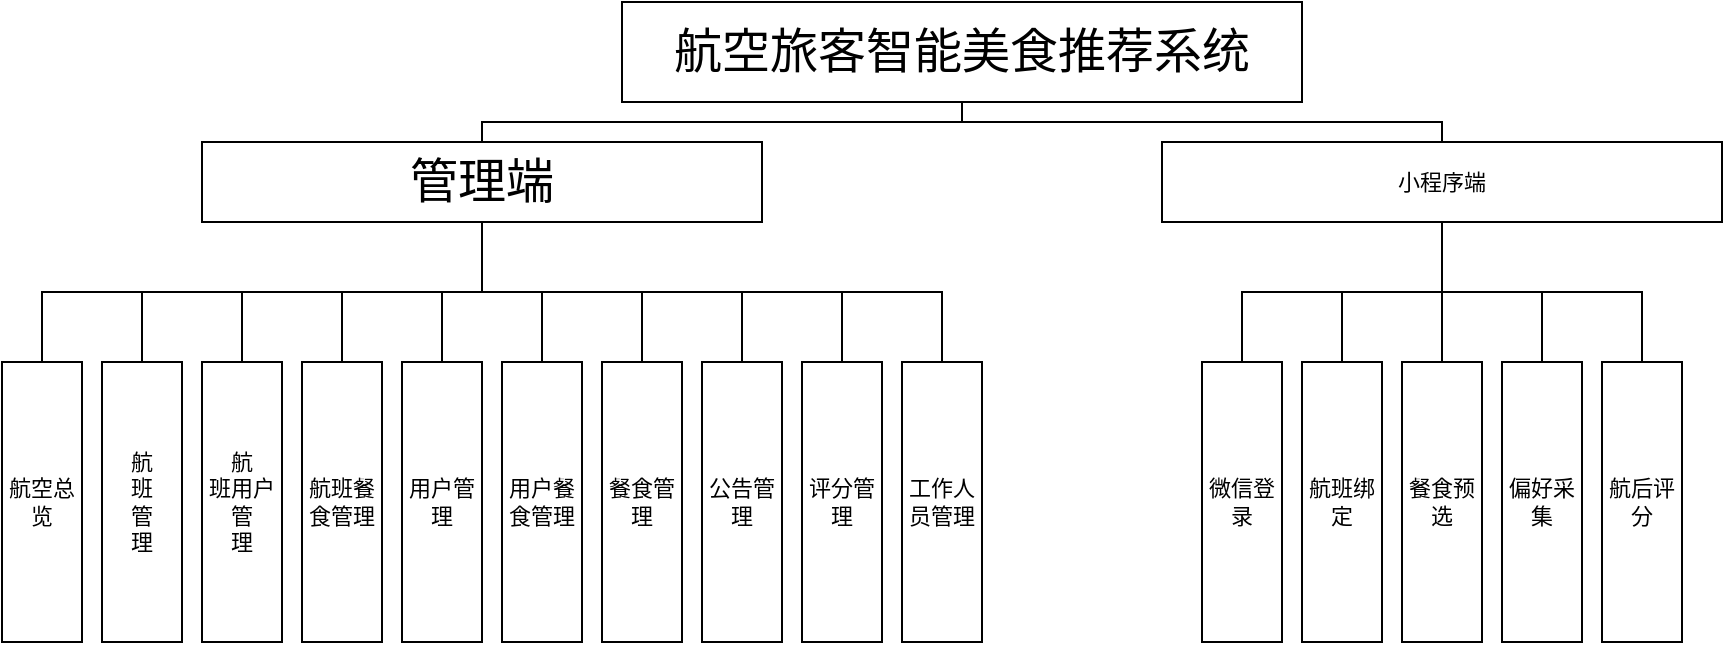
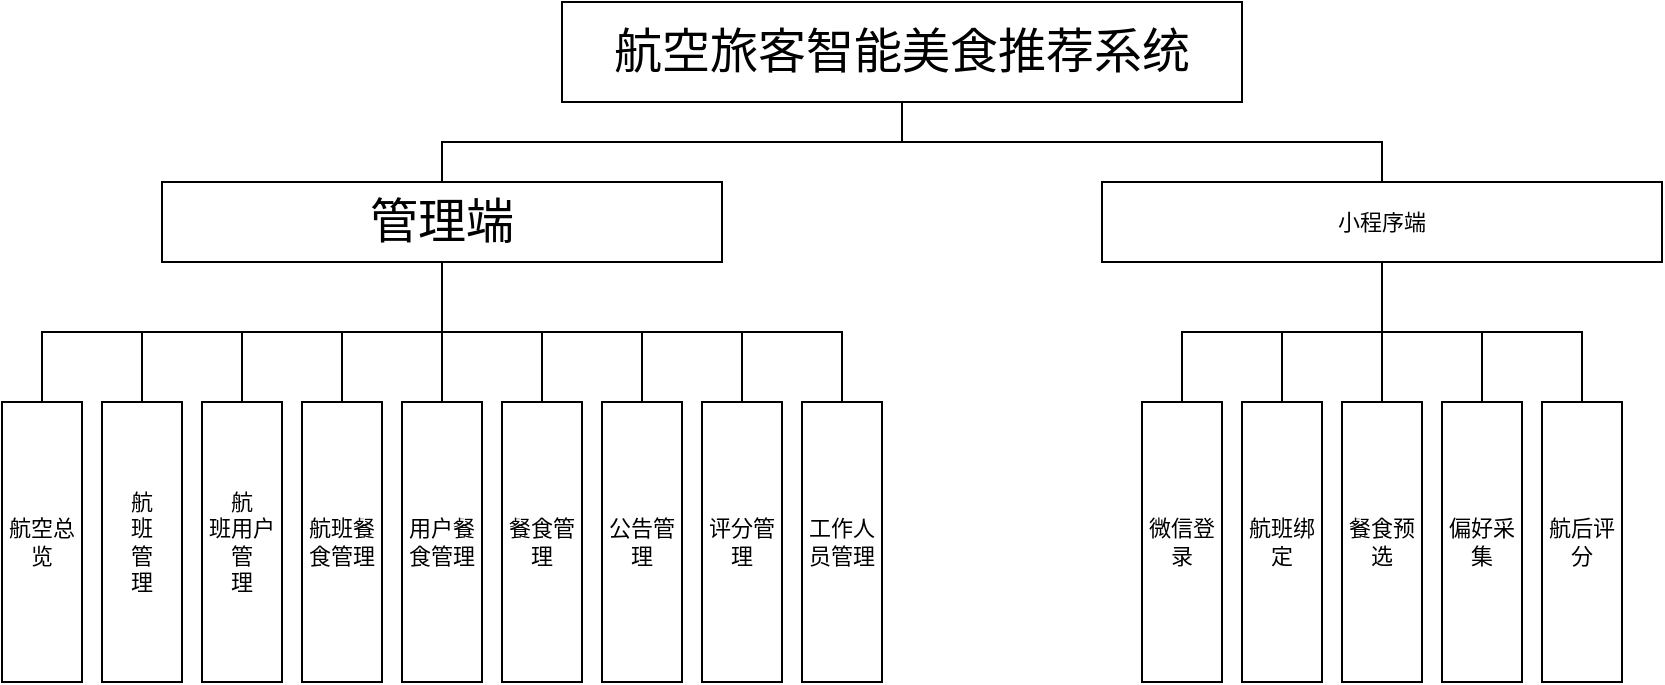
<mxfile host="Electron" agent="Mozilla/5.0 (Windows NT 10.0; Win64; x64) AppleWebKit/537.36 (KHTML, like Gecko) draw.io/25.0.2 Chrome/128.0.6613.186 Electron/32.2.5 Safari/537.36" version="25.0.2">
  <diagram name="系统功能模块图" id="eRy5hv59bgsLEu6tcquM">
-     <mxGraphModel dx="1243" dy="660" grid="1" gridSize="10" guides="1" tooltips="1" connect="1" arrows="1" fold="1" page="1" pageScale="1" pageWidth="1100" pageHeight="650" math="0" shadow="0">
+     <mxGraphModel dx="1802" dy="957" grid="1" gridSize="10" guides="1" tooltips="1" connect="1" arrows="1" fold="1" page="1" pageScale="1" pageWidth="1100" pageHeight="650" math="0" shadow="0">
      <root>
        <mxCell id="0" />
        <mxCell id="1" parent="0" />
        <mxCell id="s1" value="微信登录" style="rounded=0;whiteSpace=wrap;html=1;fillColor=#FFFFFF;strokeColor=#000000;strokeWidth=1;fontSize=11;" parent="1" vertex="1">
          <mxGeometry x="640" y="510" width="40" height="140" as="geometry" />
        </mxCell>
        <mxCell id="s2" value="航班绑定" style="rounded=0;whiteSpace=wrap;html=1;fillColor=#FFFFFF;strokeColor=#000000;strokeWidth=1;fontSize=11;" parent="1" vertex="1">
          <mxGeometry x="690" y="510" width="40" height="140" as="geometry" />
        </mxCell>
        <mxCell id="s3" value="偏好采集" style="rounded=0;whiteSpace=wrap;html=1;fillColor=#FFFFFF;strokeColor=#000000;strokeWidth=1;fontSize=11;" parent="1" vertex="1">
          <mxGeometry x="790" y="510" width="40" height="140" as="geometry" />
        </mxCell>
        <mxCell id="s4" value="餐食预选" style="rounded=0;whiteSpace=wrap;html=1;fillColor=#FFFFFF;strokeColor=#000000;strokeWidth=1;fontSize=11;" parent="1" vertex="1">
          <mxGeometry x="740" y="510" width="40" height="140" as="geometry" />
        </mxCell>
        <mxCell id="s5" value="航后评分" style="rounded=0;whiteSpace=wrap;html=1;fillColor=#FFFFFF;strokeColor=#000000;strokeWidth=1;fontSize=11;" parent="1" vertex="1">
          <mxGeometry x="840" y="510" width="40" height="140" as="geometry" />
        </mxCell>
-         <mxCell id="CAiy5ZrvKy299CxdAe_j-1" value="&lt;font style=&quot;font-size: 24px;&quot;&gt;航空旅客智能美食推荐系统&lt;/font&gt;" style="rounded=0;whiteSpace=wrap;html=1;fillColor=#FFFFFF;strokeColor=#000000;strokeWidth=1;fontSize=11;" vertex="1" parent="1">
-           <mxGeometry x="350" y="330" width="340" height="50" as="geometry" />
+         <mxCell id="CAiy5ZrvKy299CxdAe_j-1" value="&lt;font style=&quot;font-size: 24px;&quot;&gt;航空旅客智能美食推荐系统&lt;/font&gt;" style="rounded=0;whiteSpace=wrap;html=1;fillColor=#FFFFFF;strokeColor=#000000;strokeWidth=1;fontSize=11;" parent="1" vertex="1">
+           <mxGeometry x="350" y="310" width="340" height="50" as="geometry" />
        </mxCell>
-         <mxCell id="CAiy5ZrvKy299CxdAe_j-27" style="edgeStyle=orthogonalEdgeStyle;shape=connector;rounded=0;orthogonalLoop=1;jettySize=auto;html=1;exitX=0.5;exitY=1;exitDx=0;exitDy=0;entryX=0.5;entryY=0;entryDx=0;entryDy=0;strokeColor=default;align=center;verticalAlign=middle;fontFamily=Helvetica;fontSize=11;fontColor=default;labelBackgroundColor=default;endArrow=none;" edge="1" parent="1" source="CAiy5ZrvKy299CxdAe_j-3" target="CAiy5ZrvKy299CxdAe_j-14">
+         <mxCell id="CAiy5ZrvKy299CxdAe_j-27" style="edgeStyle=orthogonalEdgeStyle;shape=connector;rounded=0;orthogonalLoop=1;jettySize=auto;html=1;exitX=0.5;exitY=1;exitDx=0;exitDy=0;entryX=0.5;entryY=0;entryDx=0;entryDy=0;strokeColor=default;align=center;verticalAlign=middle;fontFamily=Helvetica;fontSize=11;fontColor=default;labelBackgroundColor=default;endArrow=none;" parent="1" source="CAiy5ZrvKy299CxdAe_j-3" target="CAiy5ZrvKy299CxdAe_j-14" edge="1">
          <mxGeometry relative="1" as="geometry" />
        </mxCell>
-         <mxCell id="CAiy5ZrvKy299CxdAe_j-28" style="edgeStyle=orthogonalEdgeStyle;shape=connector;rounded=0;orthogonalLoop=1;jettySize=auto;html=1;exitX=0.5;exitY=1;exitDx=0;exitDy=0;strokeColor=default;align=center;verticalAlign=middle;fontFamily=Helvetica;fontSize=11;fontColor=default;labelBackgroundColor=default;endArrow=none;" edge="1" parent="1" source="CAiy5ZrvKy299CxdAe_j-3" target="CAiy5ZrvKy299CxdAe_j-7">
+         <mxCell id="CAiy5ZrvKy299CxdAe_j-28" style="edgeStyle=orthogonalEdgeStyle;shape=connector;rounded=0;orthogonalLoop=1;jettySize=auto;html=1;exitX=0.5;exitY=1;exitDx=0;exitDy=0;strokeColor=default;align=center;verticalAlign=middle;fontFamily=Helvetica;fontSize=11;fontColor=default;labelBackgroundColor=default;endArrow=none;" parent="1" source="CAiy5ZrvKy299CxdAe_j-3" target="CAiy5ZrvKy299CxdAe_j-7" edge="1">
          <mxGeometry relative="1" as="geometry" />
        </mxCell>
-         <mxCell id="CAiy5ZrvKy299CxdAe_j-29" style="edgeStyle=orthogonalEdgeStyle;shape=connector;rounded=0;orthogonalLoop=1;jettySize=auto;html=1;exitX=0.5;exitY=1;exitDx=0;exitDy=0;entryX=0.5;entryY=0;entryDx=0;entryDy=0;strokeColor=default;align=center;verticalAlign=middle;fontFamily=Helvetica;fontSize=11;fontColor=default;labelBackgroundColor=default;endArrow=none;" edge="1" parent="1" source="CAiy5ZrvKy299CxdAe_j-3" target="CAiy5ZrvKy299CxdAe_j-15">
+         <mxCell id="CAiy5ZrvKy299CxdAe_j-29" style="edgeStyle=orthogonalEdgeStyle;shape=connector;rounded=0;orthogonalLoop=1;jettySize=auto;html=1;exitX=0.5;exitY=1;exitDx=0;exitDy=0;entryX=0.5;entryY=0;entryDx=0;entryDy=0;strokeColor=default;align=center;verticalAlign=middle;fontFamily=Helvetica;fontSize=11;fontColor=default;labelBackgroundColor=default;endArrow=none;" parent="1" source="CAiy5ZrvKy299CxdAe_j-3" target="CAiy5ZrvKy299CxdAe_j-15" edge="1">
          <mxGeometry relative="1" as="geometry" />
        </mxCell>
-         <mxCell id="CAiy5ZrvKy299CxdAe_j-30" style="edgeStyle=orthogonalEdgeStyle;shape=connector;rounded=0;orthogonalLoop=1;jettySize=auto;html=1;exitX=0.5;exitY=1;exitDx=0;exitDy=0;entryX=0.5;entryY=0;entryDx=0;entryDy=0;strokeColor=default;align=center;verticalAlign=middle;fontFamily=Helvetica;fontSize=11;fontColor=default;labelBackgroundColor=default;endArrow=none;" edge="1" parent="1" source="CAiy5ZrvKy299CxdAe_j-3" target="CAiy5ZrvKy299CxdAe_j-9">
+         <mxCell id="CAiy5ZrvKy299CxdAe_j-30" style="edgeStyle=orthogonalEdgeStyle;shape=connector;rounded=0;orthogonalLoop=1;jettySize=auto;html=1;exitX=0.5;exitY=1;exitDx=0;exitDy=0;entryX=0.5;entryY=0;entryDx=0;entryDy=0;strokeColor=default;align=center;verticalAlign=middle;fontFamily=Helvetica;fontSize=11;fontColor=default;labelBackgroundColor=default;endArrow=none;" parent="1" source="CAiy5ZrvKy299CxdAe_j-3" target="CAiy5ZrvKy299CxdAe_j-9" edge="1">
          <mxGeometry relative="1" as="geometry" />
        </mxCell>
-         <mxCell id="CAiy5ZrvKy299CxdAe_j-31" style="edgeStyle=orthogonalEdgeStyle;shape=connector;rounded=0;orthogonalLoop=1;jettySize=auto;html=1;exitX=0.5;exitY=1;exitDx=0;exitDy=0;entryX=0.5;entryY=0;entryDx=0;entryDy=0;strokeColor=default;align=center;verticalAlign=middle;fontFamily=Helvetica;fontSize=11;fontColor=default;labelBackgroundColor=default;endArrow=none;" edge="1" parent="1" source="CAiy5ZrvKy299CxdAe_j-3" target="CAiy5ZrvKy299CxdAe_j-10">
+         <mxCell id="CAiy5ZrvKy299CxdAe_j-32" style="edgeStyle=orthogonalEdgeStyle;shape=connector;rounded=0;orthogonalLoop=1;jettySize=auto;html=1;exitX=0.5;exitY=1;exitDx=0;exitDy=0;entryX=0.5;entryY=0;entryDx=0;entryDy=0;strokeColor=default;align=center;verticalAlign=middle;fontFamily=Helvetica;fontSize=11;fontColor=default;labelBackgroundColor=default;endArrow=none;" parent="1" source="CAiy5ZrvKy299CxdAe_j-3" target="CAiy5ZrvKy299CxdAe_j-11" edge="1">
          <mxGeometry relative="1" as="geometry" />
        </mxCell>
-         <mxCell id="CAiy5ZrvKy299CxdAe_j-32" style="edgeStyle=orthogonalEdgeStyle;shape=connector;rounded=0;orthogonalLoop=1;jettySize=auto;html=1;exitX=0.5;exitY=1;exitDx=0;exitDy=0;entryX=0.5;entryY=0;entryDx=0;entryDy=0;strokeColor=default;align=center;verticalAlign=middle;fontFamily=Helvetica;fontSize=11;fontColor=default;labelBackgroundColor=default;endArrow=none;" edge="1" parent="1" source="CAiy5ZrvKy299CxdAe_j-3" target="CAiy5ZrvKy299CxdAe_j-11">
+         <mxCell id="CAiy5ZrvKy299CxdAe_j-33" style="edgeStyle=orthogonalEdgeStyle;shape=connector;rounded=0;orthogonalLoop=1;jettySize=auto;html=1;exitX=0.5;exitY=1;exitDx=0;exitDy=0;entryX=0.5;entryY=0;entryDx=0;entryDy=0;strokeColor=default;align=center;verticalAlign=middle;fontFamily=Helvetica;fontSize=11;fontColor=default;labelBackgroundColor=default;endArrow=none;" parent="1" source="CAiy5ZrvKy299CxdAe_j-3" target="CAiy5ZrvKy299CxdAe_j-12" edge="1">
          <mxGeometry relative="1" as="geometry" />
        </mxCell>
-         <mxCell id="CAiy5ZrvKy299CxdAe_j-33" style="edgeStyle=orthogonalEdgeStyle;shape=connector;rounded=0;orthogonalLoop=1;jettySize=auto;html=1;exitX=0.5;exitY=1;exitDx=0;exitDy=0;entryX=0.5;entryY=0;entryDx=0;entryDy=0;strokeColor=default;align=center;verticalAlign=middle;fontFamily=Helvetica;fontSize=11;fontColor=default;labelBackgroundColor=default;endArrow=none;" edge="1" parent="1" source="CAiy5ZrvKy299CxdAe_j-3" target="CAiy5ZrvKy299CxdAe_j-12">
+         <mxCell id="CAiy5ZrvKy299CxdAe_j-34" style="edgeStyle=orthogonalEdgeStyle;shape=connector;rounded=0;orthogonalLoop=1;jettySize=auto;html=1;exitX=0.5;exitY=1;exitDx=0;exitDy=0;entryX=0.5;entryY=0;entryDx=0;entryDy=0;strokeColor=default;align=center;verticalAlign=middle;fontFamily=Helvetica;fontSize=11;fontColor=default;labelBackgroundColor=default;endArrow=none;" parent="1" source="CAiy5ZrvKy299CxdAe_j-3" target="CAiy5ZrvKy299CxdAe_j-13" edge="1">
          <mxGeometry relative="1" as="geometry" />
        </mxCell>
-         <mxCell id="CAiy5ZrvKy299CxdAe_j-34" style="edgeStyle=orthogonalEdgeStyle;shape=connector;rounded=0;orthogonalLoop=1;jettySize=auto;html=1;exitX=0.5;exitY=1;exitDx=0;exitDy=0;entryX=0.5;entryY=0;entryDx=0;entryDy=0;strokeColor=default;align=center;verticalAlign=middle;fontFamily=Helvetica;fontSize=11;fontColor=default;labelBackgroundColor=default;endArrow=none;" edge="1" parent="1" source="CAiy5ZrvKy299CxdAe_j-3" target="CAiy5ZrvKy299CxdAe_j-13">
+         <mxCell id="CAiy5ZrvKy299CxdAe_j-35" style="edgeStyle=orthogonalEdgeStyle;shape=connector;rounded=0;orthogonalLoop=1;jettySize=auto;html=1;exitX=0.5;exitY=1;exitDx=0;exitDy=0;entryX=0.5;entryY=0;entryDx=0;entryDy=0;strokeColor=default;align=center;verticalAlign=middle;fontFamily=Helvetica;fontSize=11;fontColor=default;labelBackgroundColor=default;endArrow=none;" parent="1" source="CAiy5ZrvKy299CxdAe_j-3" target="CAiy5ZrvKy299CxdAe_j-16" edge="1">
          <mxGeometry relative="1" as="geometry" />
        </mxCell>
-         <mxCell id="CAiy5ZrvKy299CxdAe_j-35" style="edgeStyle=orthogonalEdgeStyle;shape=connector;rounded=0;orthogonalLoop=1;jettySize=auto;html=1;exitX=0.5;exitY=1;exitDx=0;exitDy=0;entryX=0.5;entryY=0;entryDx=0;entryDy=0;strokeColor=default;align=center;verticalAlign=middle;fontFamily=Helvetica;fontSize=11;fontColor=default;labelBackgroundColor=default;endArrow=none;" edge="1" parent="1" source="CAiy5ZrvKy299CxdAe_j-3" target="CAiy5ZrvKy299CxdAe_j-16">
+         <mxCell id="CAiy5ZrvKy299CxdAe_j-36" style="edgeStyle=orthogonalEdgeStyle;shape=connector;rounded=0;orthogonalLoop=1;jettySize=auto;html=1;exitX=0.5;exitY=1;exitDx=0;exitDy=0;entryX=0.5;entryY=0;entryDx=0;entryDy=0;strokeColor=default;align=center;verticalAlign=middle;fontFamily=Helvetica;fontSize=11;fontColor=default;labelBackgroundColor=default;endArrow=none;" parent="1" source="CAiy5ZrvKy299CxdAe_j-3" target="CAiy5ZrvKy299CxdAe_j-17" edge="1">
          <mxGeometry relative="1" as="geometry" />
        </mxCell>
-         <mxCell id="CAiy5ZrvKy299CxdAe_j-36" style="edgeStyle=orthogonalEdgeStyle;shape=connector;rounded=0;orthogonalLoop=1;jettySize=auto;html=1;exitX=0.5;exitY=1;exitDx=0;exitDy=0;entryX=0.5;entryY=0;entryDx=0;entryDy=0;strokeColor=default;align=center;verticalAlign=middle;fontFamily=Helvetica;fontSize=11;fontColor=default;labelBackgroundColor=default;endArrow=none;" edge="1" parent="1" source="CAiy5ZrvKy299CxdAe_j-3" target="CAiy5ZrvKy299CxdAe_j-17">
+         <mxCell id="CAiy5ZrvKy299CxdAe_j-3" value="&lt;font style=&quot;font-size: 24px;&quot;&gt;管理端&lt;/font&gt;" style="rounded=0;whiteSpace=wrap;html=1;fillColor=#FFFFFF;strokeColor=#000000;strokeWidth=1;fontSize=11;" parent="1" vertex="1">
+           <mxGeometry x="150" y="400" width="280" height="40" as="geometry" />
+         </mxCell>
+         <mxCell id="CAiy5ZrvKy299CxdAe_j-37" style="edgeStyle=orthogonalEdgeStyle;shape=connector;rounded=0;orthogonalLoop=1;jettySize=auto;html=1;exitX=0.5;exitY=1;exitDx=0;exitDy=0;entryX=0.5;entryY=0;entryDx=0;entryDy=0;strokeColor=default;align=center;verticalAlign=middle;fontFamily=Helvetica;fontSize=11;fontColor=default;labelBackgroundColor=default;endArrow=none;" parent="1" source="CAiy5ZrvKy299CxdAe_j-4" target="s1" edge="1">
          <mxGeometry relative="1" as="geometry" />
        </mxCell>
-         <mxCell id="CAiy5ZrvKy299CxdAe_j-3" value="&lt;font style=&quot;font-size: 24px;&quot;&gt;管理端&lt;/font&gt;" style="rounded=0;whiteSpace=wrap;html=1;fillColor=#FFFFFF;strokeColor=#000000;strokeWidth=1;fontSize=11;" vertex="1" parent="1">
-           <mxGeometry x="140" y="400" width="280" height="40" as="geometry" />
-         </mxCell>
-         <mxCell id="CAiy5ZrvKy299CxdAe_j-37" style="edgeStyle=orthogonalEdgeStyle;shape=connector;rounded=0;orthogonalLoop=1;jettySize=auto;html=1;exitX=0.5;exitY=1;exitDx=0;exitDy=0;entryX=0.5;entryY=0;entryDx=0;entryDy=0;strokeColor=default;align=center;verticalAlign=middle;fontFamily=Helvetica;fontSize=11;fontColor=default;labelBackgroundColor=default;endArrow=none;" edge="1" parent="1" source="CAiy5ZrvKy299CxdAe_j-4" target="s1">
+         <mxCell id="CAiy5ZrvKy299CxdAe_j-38" style="edgeStyle=orthogonalEdgeStyle;shape=connector;rounded=0;orthogonalLoop=1;jettySize=auto;html=1;exitX=0.5;exitY=1;exitDx=0;exitDy=0;entryX=0.5;entryY=0;entryDx=0;entryDy=0;strokeColor=default;align=center;verticalAlign=middle;fontFamily=Helvetica;fontSize=11;fontColor=default;labelBackgroundColor=default;endArrow=none;" parent="1" source="CAiy5ZrvKy299CxdAe_j-4" target="s2" edge="1">
          <mxGeometry relative="1" as="geometry" />
        </mxCell>
-         <mxCell id="CAiy5ZrvKy299CxdAe_j-38" style="edgeStyle=orthogonalEdgeStyle;shape=connector;rounded=0;orthogonalLoop=1;jettySize=auto;html=1;exitX=0.5;exitY=1;exitDx=0;exitDy=0;entryX=0.5;entryY=0;entryDx=0;entryDy=0;strokeColor=default;align=center;verticalAlign=middle;fontFamily=Helvetica;fontSize=11;fontColor=default;labelBackgroundColor=default;endArrow=none;" edge="1" parent="1" source="CAiy5ZrvKy299CxdAe_j-4" target="s2">
+         <mxCell id="CAiy5ZrvKy299CxdAe_j-39" style="edgeStyle=orthogonalEdgeStyle;shape=connector;rounded=0;orthogonalLoop=1;jettySize=auto;html=1;exitX=0.5;exitY=1;exitDx=0;exitDy=0;entryX=0.5;entryY=0;entryDx=0;entryDy=0;strokeColor=default;align=center;verticalAlign=middle;fontFamily=Helvetica;fontSize=11;fontColor=default;labelBackgroundColor=default;endArrow=none;" parent="1" source="CAiy5ZrvKy299CxdAe_j-4" target="s4" edge="1">
          <mxGeometry relative="1" as="geometry" />
        </mxCell>
-         <mxCell id="CAiy5ZrvKy299CxdAe_j-39" style="edgeStyle=orthogonalEdgeStyle;shape=connector;rounded=0;orthogonalLoop=1;jettySize=auto;html=1;exitX=0.5;exitY=1;exitDx=0;exitDy=0;entryX=0.5;entryY=0;entryDx=0;entryDy=0;strokeColor=default;align=center;verticalAlign=middle;fontFamily=Helvetica;fontSize=11;fontColor=default;labelBackgroundColor=default;endArrow=none;" edge="1" parent="1" source="CAiy5ZrvKy299CxdAe_j-4" target="s4">
+         <mxCell id="CAiy5ZrvKy299CxdAe_j-40" style="edgeStyle=orthogonalEdgeStyle;shape=connector;rounded=0;orthogonalLoop=1;jettySize=auto;html=1;exitX=0.5;exitY=1;exitDx=0;exitDy=0;strokeColor=default;align=center;verticalAlign=middle;fontFamily=Helvetica;fontSize=11;fontColor=default;labelBackgroundColor=default;endArrow=none;" parent="1" source="CAiy5ZrvKy299CxdAe_j-4" target="s3" edge="1">
          <mxGeometry relative="1" as="geometry" />
        </mxCell>
-         <mxCell id="CAiy5ZrvKy299CxdAe_j-40" style="edgeStyle=orthogonalEdgeStyle;shape=connector;rounded=0;orthogonalLoop=1;jettySize=auto;html=1;exitX=0.5;exitY=1;exitDx=0;exitDy=0;strokeColor=default;align=center;verticalAlign=middle;fontFamily=Helvetica;fontSize=11;fontColor=default;labelBackgroundColor=default;endArrow=none;" edge="1" parent="1" source="CAiy5ZrvKy299CxdAe_j-4" target="s3">
+         <mxCell id="CAiy5ZrvKy299CxdAe_j-41" style="edgeStyle=orthogonalEdgeStyle;shape=connector;rounded=0;orthogonalLoop=1;jettySize=auto;html=1;exitX=0.5;exitY=1;exitDx=0;exitDy=0;entryX=0.5;entryY=0;entryDx=0;entryDy=0;strokeColor=default;align=center;verticalAlign=middle;fontFamily=Helvetica;fontSize=11;fontColor=default;labelBackgroundColor=default;endArrow=none;" parent="1" source="CAiy5ZrvKy299CxdAe_j-4" target="s5" edge="1">
          <mxGeometry relative="1" as="geometry" />
        </mxCell>
-         <mxCell id="CAiy5ZrvKy299CxdAe_j-41" style="edgeStyle=orthogonalEdgeStyle;shape=connector;rounded=0;orthogonalLoop=1;jettySize=auto;html=1;exitX=0.5;exitY=1;exitDx=0;exitDy=0;entryX=0.5;entryY=0;entryDx=0;entryDy=0;strokeColor=default;align=center;verticalAlign=middle;fontFamily=Helvetica;fontSize=11;fontColor=default;labelBackgroundColor=default;endArrow=none;" edge="1" parent="1" source="CAiy5ZrvKy299CxdAe_j-4" target="s5">
-           <mxGeometry relative="1" as="geometry" />
-         </mxCell>
-         <mxCell id="CAiy5ZrvKy299CxdAe_j-4" value="小程序端" style="rounded=0;whiteSpace=wrap;html=1;fillColor=#FFFFFF;strokeColor=#000000;strokeWidth=1;fontSize=11;" vertex="1" parent="1">
+         <mxCell id="CAiy5ZrvKy299CxdAe_j-4" value="小程序端" style="rounded=0;whiteSpace=wrap;html=1;fillColor=#FFFFFF;strokeColor=#000000;strokeWidth=1;fontSize=11;" parent="1" vertex="1">
          <mxGeometry x="620" y="400" width="280" height="40" as="geometry" />
        </mxCell>
-         <mxCell id="CAiy5ZrvKy299CxdAe_j-7" value="航&lt;div&gt;班&lt;/div&gt;&lt;div&gt;管&lt;/div&gt;&lt;div&gt;理&lt;/div&gt;" style="rounded=0;whiteSpace=wrap;html=1;fillColor=#FFFFFF;strokeColor=#000000;strokeWidth=1;fontSize=11;" vertex="1" parent="1">
-           <mxGeometry x="90" y="510" width="40" height="140" as="geometry" />
+         <mxCell id="CAiy5ZrvKy299CxdAe_j-7" value="航&lt;div&gt;班&lt;/div&gt;&lt;div&gt;管&lt;/div&gt;&lt;div&gt;理&lt;/div&gt;" style="rounded=0;whiteSpace=wrap;html=1;fillColor=#FFFFFF;strokeColor=#000000;strokeWidth=1;fontSize=11;" parent="1" vertex="1">
+           <mxGeometry x="120" y="510" width="40" height="140" as="geometry" />
        </mxCell>
-         <mxCell id="CAiy5ZrvKy299CxdAe_j-9" value="航班餐食管理" style="rounded=0;whiteSpace=wrap;html=1;fillColor=#FFFFFF;strokeColor=#000000;strokeWidth=1;fontSize=11;" vertex="1" parent="1">
-           <mxGeometry x="190" y="510" width="40" height="140" as="geometry" />
+         <mxCell id="CAiy5ZrvKy299CxdAe_j-9" value="航班餐食管理" style="rounded=0;whiteSpace=wrap;html=1;fillColor=#FFFFFF;strokeColor=#000000;strokeWidth=1;fontSize=11;" parent="1" vertex="1">
+           <mxGeometry x="220" y="510" width="40" height="140" as="geometry" />
        </mxCell>
-         <mxCell id="CAiy5ZrvKy299CxdAe_j-10" value="用户管理" style="rounded=0;whiteSpace=wrap;html=1;fillColor=#FFFFFF;strokeColor=#000000;strokeWidth=1;fontSize=11;" vertex="1" parent="1">
-           <mxGeometry x="240" y="510" width="40" height="140" as="geometry" />
+         <mxCell id="CAiy5ZrvKy299CxdAe_j-11" value="用户餐食管理" style="rounded=0;whiteSpace=wrap;html=1;fillColor=#FFFFFF;strokeColor=#000000;strokeWidth=1;fontSize=11;" parent="1" vertex="1">
+           <mxGeometry x="270" y="510" width="40" height="140" as="geometry" />
        </mxCell>
-         <mxCell id="CAiy5ZrvKy299CxdAe_j-11" value="用户餐食管理" style="rounded=0;whiteSpace=wrap;html=1;fillColor=#FFFFFF;strokeColor=#000000;strokeWidth=1;fontSize=11;" vertex="1" parent="1">
-           <mxGeometry x="290" y="510" width="40" height="140" as="geometry" />
+         <mxCell id="CAiy5ZrvKy299CxdAe_j-12" value="餐食管理" style="rounded=0;whiteSpace=wrap;html=1;fillColor=#FFFFFF;strokeColor=#000000;strokeWidth=1;fontSize=11;" parent="1" vertex="1">
+           <mxGeometry x="320" y="510" width="40" height="140" as="geometry" />
        </mxCell>
-         <mxCell id="CAiy5ZrvKy299CxdAe_j-12" value="餐食管理" style="rounded=0;whiteSpace=wrap;html=1;fillColor=#FFFFFF;strokeColor=#000000;strokeWidth=1;fontSize=11;" vertex="1" parent="1">
-           <mxGeometry x="340" y="510" width="40" height="140" as="geometry" />
+         <mxCell id="CAiy5ZrvKy299CxdAe_j-13" value="公告管理" style="rounded=0;whiteSpace=wrap;html=1;fillColor=#FFFFFF;strokeColor=#000000;strokeWidth=1;fontSize=11;" parent="1" vertex="1">
+           <mxGeometry x="370" y="510" width="40" height="140" as="geometry" />
        </mxCell>
-         <mxCell id="CAiy5ZrvKy299CxdAe_j-13" value="公告管理" style="rounded=0;whiteSpace=wrap;html=1;fillColor=#FFFFFF;strokeColor=#000000;strokeWidth=1;fontSize=11;" vertex="1" parent="1">
-           <mxGeometry x="390" y="510" width="40" height="140" as="geometry" />
+         <mxCell id="CAiy5ZrvKy299CxdAe_j-14" value="航空总览" style="rounded=0;whiteSpace=wrap;html=1;fillColor=#FFFFFF;strokeColor=#000000;strokeWidth=1;fontSize=11;" parent="1" vertex="1">
+           <mxGeometry x="70" y="510" width="40" height="140" as="geometry" />
        </mxCell>
-         <mxCell id="CAiy5ZrvKy299CxdAe_j-14" value="航空总览" style="rounded=0;whiteSpace=wrap;html=1;fillColor=#FFFFFF;strokeColor=#000000;strokeWidth=1;fontSize=11;" vertex="1" parent="1">
-           <mxGeometry x="40" y="510" width="40" height="140" as="geometry" />
+         <mxCell id="CAiy5ZrvKy299CxdAe_j-15" value="航&lt;div&gt;班用户&lt;/div&gt;&lt;div&gt;管&lt;/div&gt;&lt;div&gt;理&lt;/div&gt;" style="rounded=0;whiteSpace=wrap;html=1;fillColor=#FFFFFF;strokeColor=#000000;strokeWidth=1;fontSize=11;" parent="1" vertex="1">
+           <mxGeometry x="170" y="510" width="40" height="140" as="geometry" />
        </mxCell>
-         <mxCell id="CAiy5ZrvKy299CxdAe_j-15" value="航&lt;div&gt;班用户&lt;/div&gt;&lt;div&gt;管&lt;/div&gt;&lt;div&gt;理&lt;/div&gt;" style="rounded=0;whiteSpace=wrap;html=1;fillColor=#FFFFFF;strokeColor=#000000;strokeWidth=1;fontSize=11;" vertex="1" parent="1">
-           <mxGeometry x="140" y="510" width="40" height="140" as="geometry" />
+         <mxCell id="CAiy5ZrvKy299CxdAe_j-16" value="评分管理" style="rounded=0;whiteSpace=wrap;html=1;fillColor=#FFFFFF;strokeColor=#000000;strokeWidth=1;fontSize=11;" parent="1" vertex="1">
+           <mxGeometry x="420" y="510" width="40" height="140" as="geometry" />
        </mxCell>
-         <mxCell id="CAiy5ZrvKy299CxdAe_j-16" value="评分管理" style="rounded=0;whiteSpace=wrap;html=1;fillColor=#FFFFFF;strokeColor=#000000;strokeWidth=1;fontSize=11;" vertex="1" parent="1">
-           <mxGeometry x="440" y="510" width="40" height="140" as="geometry" />
+         <mxCell id="CAiy5ZrvKy299CxdAe_j-17" value="工作人员管理" style="rounded=0;whiteSpace=wrap;html=1;fillColor=#FFFFFF;strokeColor=#000000;strokeWidth=1;fontSize=11;" parent="1" vertex="1">
+           <mxGeometry x="470" y="510" width="40" height="140" as="geometry" />
        </mxCell>
-         <mxCell id="CAiy5ZrvKy299CxdAe_j-17" value="工作人员管理" style="rounded=0;whiteSpace=wrap;html=1;fillColor=#FFFFFF;strokeColor=#000000;strokeWidth=1;fontSize=11;" vertex="1" parent="1">
-           <mxGeometry x="490" y="510" width="40" height="140" as="geometry" />
-         </mxCell>
-         <mxCell id="CAiy5ZrvKy299CxdAe_j-24" value="" style="endArrow=none;html=1;rounded=0;strokeColor=default;align=center;verticalAlign=middle;fontFamily=Helvetica;fontSize=11;fontColor=default;labelBackgroundColor=default;edgeStyle=orthogonalEdgeStyle;exitX=0.5;exitY=0;exitDx=0;exitDy=0;entryX=0.5;entryY=1;entryDx=0;entryDy=0;" edge="1" parent="1" source="CAiy5ZrvKy299CxdAe_j-3" target="CAiy5ZrvKy299CxdAe_j-1">
+         <mxCell id="CAiy5ZrvKy299CxdAe_j-24" value="" style="endArrow=none;html=1;rounded=0;strokeColor=default;align=center;verticalAlign=middle;fontFamily=Helvetica;fontSize=11;fontColor=default;labelBackgroundColor=default;edgeStyle=orthogonalEdgeStyle;exitX=0.5;exitY=0;exitDx=0;exitDy=0;entryX=0.5;entryY=1;entryDx=0;entryDy=0;" parent="1" source="CAiy5ZrvKy299CxdAe_j-3" target="CAiy5ZrvKy299CxdAe_j-1" edge="1">
          <mxGeometry width="50" height="50" relative="1" as="geometry">
            <mxPoint x="210" y="390" as="sourcePoint" />
            <mxPoint x="260" y="340" as="targetPoint" />
          </mxGeometry>
        </mxCell>
-         <mxCell id="CAiy5ZrvKy299CxdAe_j-25" value="" style="endArrow=none;html=1;rounded=0;strokeColor=default;align=center;verticalAlign=middle;fontFamily=Helvetica;fontSize=11;fontColor=default;labelBackgroundColor=default;edgeStyle=orthogonalEdgeStyle;entryX=0.5;entryY=1;entryDx=0;entryDy=0;exitX=0.5;exitY=0;exitDx=0;exitDy=0;" edge="1" parent="1" source="CAiy5ZrvKy299CxdAe_j-4" target="CAiy5ZrvKy299CxdAe_j-1">
+         <mxCell id="CAiy5ZrvKy299CxdAe_j-25" value="" style="endArrow=none;html=1;rounded=0;strokeColor=default;align=center;verticalAlign=middle;fontFamily=Helvetica;fontSize=11;fontColor=default;labelBackgroundColor=default;edgeStyle=orthogonalEdgeStyle;entryX=0.5;entryY=1;entryDx=0;entryDy=0;exitX=0.5;exitY=0;exitDx=0;exitDy=0;" parent="1" source="CAiy5ZrvKy299CxdAe_j-4" target="CAiy5ZrvKy299CxdAe_j-1" edge="1">
          <mxGeometry width="50" height="50" relative="1" as="geometry">
            <mxPoint x="490" y="470" as="sourcePoint" />
            <mxPoint x="540" y="420" as="targetPoint" />
          </mxGeometry>
        </mxCell>
      </root>
    </mxGraphModel>
  </diagram>
</mxfile>
